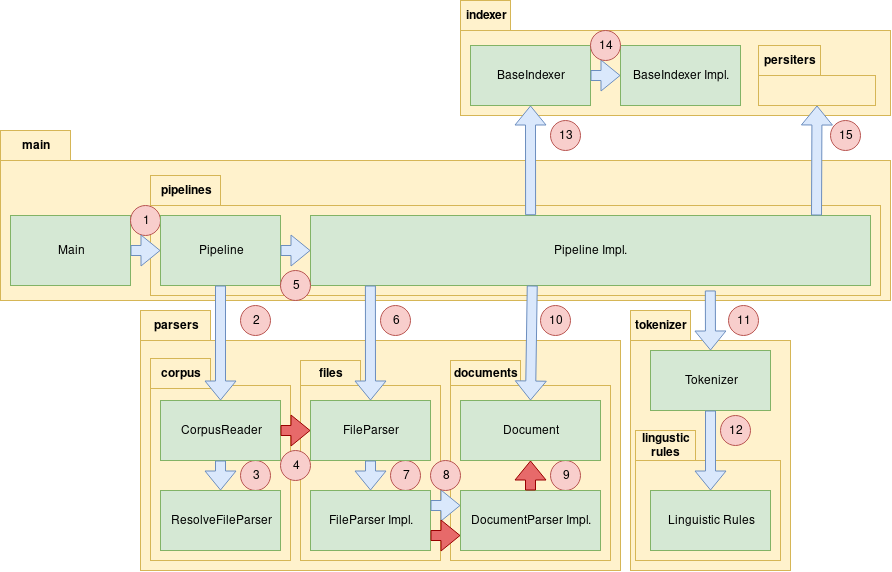
Above: assignment2/report/images/newSequenceDiagram.png in aspedrosa/Information-Retrieval (draw.io), before the change. Source tidied: cells renumbered, new cells last; positions are measured from the earlier drawing's top-left corner, leaving out a move shared by most shapes.
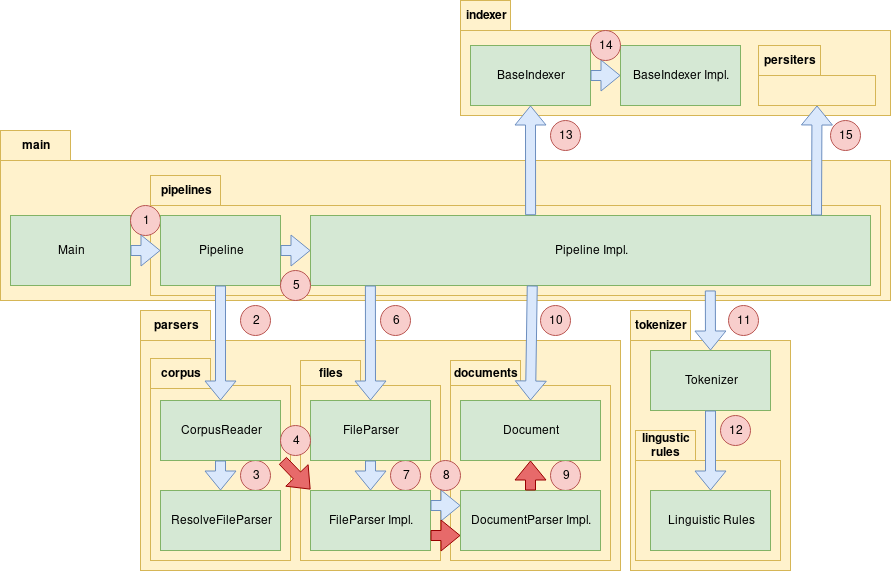
The same file after the commit.

What changed in the source:
```diff
@@ -165,7 +165,7 @@
       <mxGeometry relative="1" as="geometry" />
     </mxCell>
     <mxCell id="56" value="4" style="ellipse;whiteSpace=wrap;html=1;fillColor=#f8cecc;strokeColor=#b85450;direction=south;" parent="1" vertex="1">
-      <mxGeometry x="280" y="450" width="30" height="30" as="geometry" />
+      <mxGeometry x="280" y="425" width="30" height="30" as="geometry" />
     </mxCell>
     <mxCell id="57" style="group;" parent="1" vertex="1">
       <mxGeometry x="300" y="360" width="60" height="25" as="geometry" />
@@ -271,11 +271,8 @@
     <mxCell id="90" value="15" style="ellipse;whiteSpace=wrap;html=1;fillColor=#f8cecc;strokeColor=#b85450;" parent="1" vertex="1">
       <mxGeometry x="830" y="120" width="30" height="30" as="geometry" />
     </mxCell>
-    <mxCell id="91" style="shape=flexArrow;endArrow=classic;html=1;entryX=0;entryY=0.5;entryDx=0;entryDy=0;exitX=1;exitY=0.5;exitDx=0;exitDy=0;fillColor=#E76A6A;strokeColor=#990000;" parent="1" edge="1">
-      <mxGeometry relative="1" as="geometry">
-        <mxPoint x="280" y="430" as="sourcePoint" />
-        <mxPoint x="310" y="430" as="targetPoint" />
-      </mxGeometry>
+    <mxCell id="91" style="shape=flexArrow;endArrow=classic;html=1;entryX=0;entryY=-0.017;entryDx=0;entryDy=0;fillColor=#E76A6A;strokeColor=#990000;entryPerimeter=0;exitX=1.017;exitY=1;exitDx=0;exitDy=0;exitPerimeter=0;" parent="1" edge="1" source="43" target="54">
+      <mxGeometry relative="1" as="geometry" />
     </mxCell>
     <mxCell id="92" style="shape=flexArrow;endArrow=classic;html=1;entryX=0.5;entryY=1;entryDx=0;entryDy=0;exitX=0.5;exitY=0;exitDx=0;exitDy=0;fillColor=#E76A6A;strokeColor=#990000;" parent="1" edge="1" source="64" target="65">
       <mxGeometry relative="1" as="geometry" />
```
